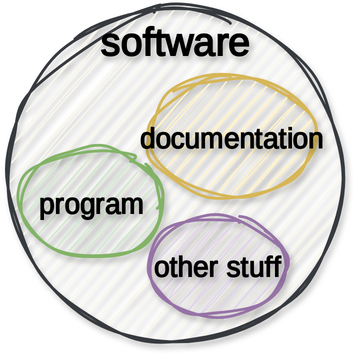
Above: lectures/figures/program_software_product.drawio.svg in pintergreg/software-engineering (draw.io), before the change. Source tidied: cells renumbered, new cells last; positions are measured from the earlier drawing's top-left corner, leaving out a move shared by most shapes. Source of this version:
```xml
<mxGraphModel>
  <root>
    <mxCell id="0" />
    <mxCell id="1" parent="0" />
    <mxCell id="2" style="ellipse;whiteSpace=wrap;html=1;align=center;fillColor=#f9f7ed;strokeColor=#36393d;strokeWidth=2;perimeterSpacing=0;sketch=1;curveFitting=1;jiggle=2;shadow=1;" parent="1" vertex="1">
      <mxGeometry width="240" height="240" as="geometry" />
    </mxCell>
    <mxCell id="3" value="&lt;font style=&quot;font-size: 20px;&quot;&gt;program&lt;/font&gt;" style="ellipse;whiteSpace=wrap;html=1;fontSize=20;fontStyle=1;fillColor=#d5e8d4;strokeColor=#82b366;sketch=1;curveFitting=1;jiggle=2;strokeWidth=2;shadow=1;fontFamily=Delicious Handrawn;fontSource=https%3A%2F%2Ffonts.googleapis.com%2Fcss%3Ffamily%3DDelicious%2BHandrawn;textShadow=1;" parent="1" vertex="1">
      <mxGeometry x="10" y="100" width="100" height="80" as="geometry" />
    </mxCell>
    <mxCell id="4" value="&lt;b&gt;software&lt;/b&gt;" style="text;html=1;align=center;verticalAlign=middle;whiteSpace=wrap;rounded=0;fontFamily=Delicious Handrawn;fontSource=https%3A%2F%2Ffonts.googleapis.com%2Fcss%3Ffamily%3DDelicious%2BHandrawn;textShadow=1;spacingBottom=0;fontSize=28;labelBorderColor=none;" parent="1" vertex="1">
      <mxGeometry x="90" y="10" width="60" height="30" as="geometry" />
    </mxCell>
    <mxCell id="5" value="documentation" style="ellipse;whiteSpace=wrap;html=1;fontSize=20;fontStyle=1;fillColor=#fff2cc;strokeColor=#d6b656;sketch=1;curveFitting=1;jiggle=2;strokeWidth=2;shadow=1;fontFamily=Delicious Handrawn;fontSource=https%3A%2F%2Ffonts.googleapis.com%2Fcss%3Ffamily%3DDelicious%2BHandrawn;textShadow=1;" parent="1" vertex="1">
      <mxGeometry x="100" y="50" width="120" height="85" as="geometry" />
    </mxCell>
    <mxCell id="6" value="other stuff" style="ellipse;whiteSpace=wrap;html=1;fontSize=20;fontStyle=1;fillColor=#e1d5e7;strokeColor=#9673a6;sketch=1;curveFitting=1;jiggle=2;strokeWidth=2;shadow=1;fontFamily=Delicious Handrawn;fontSource=https%3A%2F%2Ffonts.googleapis.com%2Fcss%3Ffamily%3DDelicious%2BHandrawn;textShadow=1;" parent="1" vertex="1">
      <mxGeometry x="100" y="150" width="100" height="70" as="geometry" />
    </mxCell>
  </root>
</mxGraphModel>
```
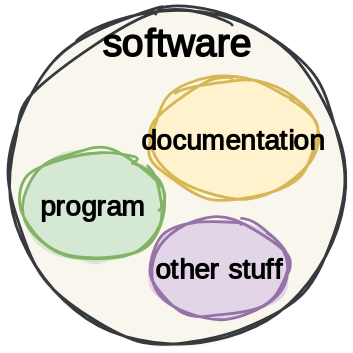
After the commit.

Commit message:
Remove shadow and use solid fill #7

Diff of the diagram source:
```diff
@@ -2,19 +2,19 @@
   <root>
     <mxCell id="0" />
     <mxCell id="1" parent="0" />
-    <mxCell id="2" style="ellipse;whiteSpace=wrap;html=1;align=center;fillColor=#f9f7ed;strokeColor=#36393d;strokeWidth=2;perimeterSpacing=0;sketch=1;curveFitting=1;jiggle=2;shadow=1;" parent="1" vertex="1">
+    <mxCell id="2" style="ellipse;whiteSpace=wrap;html=1;align=center;fillColor=#f9f7ed;strokeColor=#36393d;strokeWidth=2;perimeterSpacing=0;sketch=1;curveFitting=1;jiggle=2;shadow=0;fillStyle=solid;textShadow=0;" parent="1" vertex="1">
       <mxGeometry width="240" height="240" as="geometry" />
     </mxCell>
-    <mxCell id="3" value="&lt;font style=&quot;font-size: 20px;&quot;&gt;program&lt;/font&gt;" style="ellipse;whiteSpace=wrap;html=1;fontSize=20;fontStyle=1;fillColor=#d5e8d4;strokeColor=#82b366;sketch=1;curveFitting=1;jiggle=2;strokeWidth=2;shadow=1;fontFamily=Delicious Handrawn;fontSource=https%3A%2F%2Ffonts.googleapis.com%2Fcss%3Ffamily%3DDelicious%2BHandrawn;textShadow=1;" parent="1" vertex="1">
+    <mxCell id="3" value="&lt;font style=&quot;font-size: 20px;&quot;&gt;program&lt;/font&gt;" style="ellipse;whiteSpace=wrap;html=1;fontSize=20;fontStyle=1;fillColor=#d5e8d4;strokeColor=#82b366;sketch=1;curveFitting=1;jiggle=2;strokeWidth=2;shadow=0;fontFamily=Delicious Handrawn;fontSource=https%3A%2F%2Ffonts.googleapis.com%2Fcss%3Ffamily%3DDelicious%2BHandrawn;textShadow=0;fillStyle=solid;" parent="1" vertex="1">
       <mxGeometry x="10" y="100" width="100" height="80" as="geometry" />
     </mxCell>
-    <mxCell id="4" value="&lt;b&gt;software&lt;/b&gt;" style="text;html=1;align=center;verticalAlign=middle;whiteSpace=wrap;rounded=0;fontFamily=Delicious Handrawn;fontSource=https%3A%2F%2Ffonts.googleapis.com%2Fcss%3Ffamily%3DDelicious%2BHandrawn;textShadow=1;spacingBottom=0;fontSize=28;labelBorderColor=none;" parent="1" vertex="1">
+    <mxCell id="4" value="&lt;b&gt;software&lt;/b&gt;" style="text;html=1;align=center;verticalAlign=middle;whiteSpace=wrap;rounded=0;fontFamily=Delicious Handrawn;fontSource=https%3A%2F%2Ffonts.googleapis.com%2Fcss%3Ffamily%3DDelicious%2BHandrawn;textShadow=0;spacingBottom=0;fontSize=28;labelBorderColor=none;" parent="1" vertex="1">
       <mxGeometry x="90" y="10" width="60" height="30" as="geometry" />
     </mxCell>
-    <mxCell id="5" value="documentation" style="ellipse;whiteSpace=wrap;html=1;fontSize=20;fontStyle=1;fillColor=#fff2cc;strokeColor=#d6b656;sketch=1;curveFitting=1;jiggle=2;strokeWidth=2;shadow=1;fontFamily=Delicious Handrawn;fontSource=https%3A%2F%2Ffonts.googleapis.com%2Fcss%3Ffamily%3DDelicious%2BHandrawn;textShadow=1;" parent="1" vertex="1">
+    <mxCell id="5" value="documentation" style="ellipse;whiteSpace=wrap;html=1;fontSize=20;fontStyle=1;fillColor=#fff2cc;strokeColor=#d6b656;sketch=1;curveFitting=1;jiggle=2;strokeWidth=2;shadow=0;fontFamily=Delicious Handrawn;fontSource=https%3A%2F%2Ffonts.googleapis.com%2Fcss%3Ffamily%3DDelicious%2BHandrawn;textShadow=0;fillStyle=solid;" parent="1" vertex="1">
       <mxGeometry x="100" y="50" width="120" height="85" as="geometry" />
     </mxCell>
-    <mxCell id="6" value="other stuff" style="ellipse;whiteSpace=wrap;html=1;fontSize=20;fontStyle=1;fillColor=#e1d5e7;strokeColor=#9673a6;sketch=1;curveFitting=1;jiggle=2;strokeWidth=2;shadow=1;fontFamily=Delicious Handrawn;fontSource=https%3A%2F%2Ffonts.googleapis.com%2Fcss%3Ffamily%3DDelicious%2BHandrawn;textShadow=1;" parent="1" vertex="1">
+    <mxCell id="6" value="other stuff" style="ellipse;whiteSpace=wrap;html=1;fontSize=20;fontStyle=1;fillColor=#e1d5e7;strokeColor=#9673a6;sketch=1;curveFitting=1;jiggle=2;strokeWidth=2;shadow=0;fontFamily=Delicious Handrawn;fontSource=https%3A%2F%2Ffonts.googleapis.com%2Fcss%3Ffamily%3DDelicious%2BHandrawn;textShadow=0;fillStyle=solid;" parent="1" vertex="1">
       <mxGeometry x="100" y="150" width="100" height="70" as="geometry" />
     </mxCell>
   </root>
```
